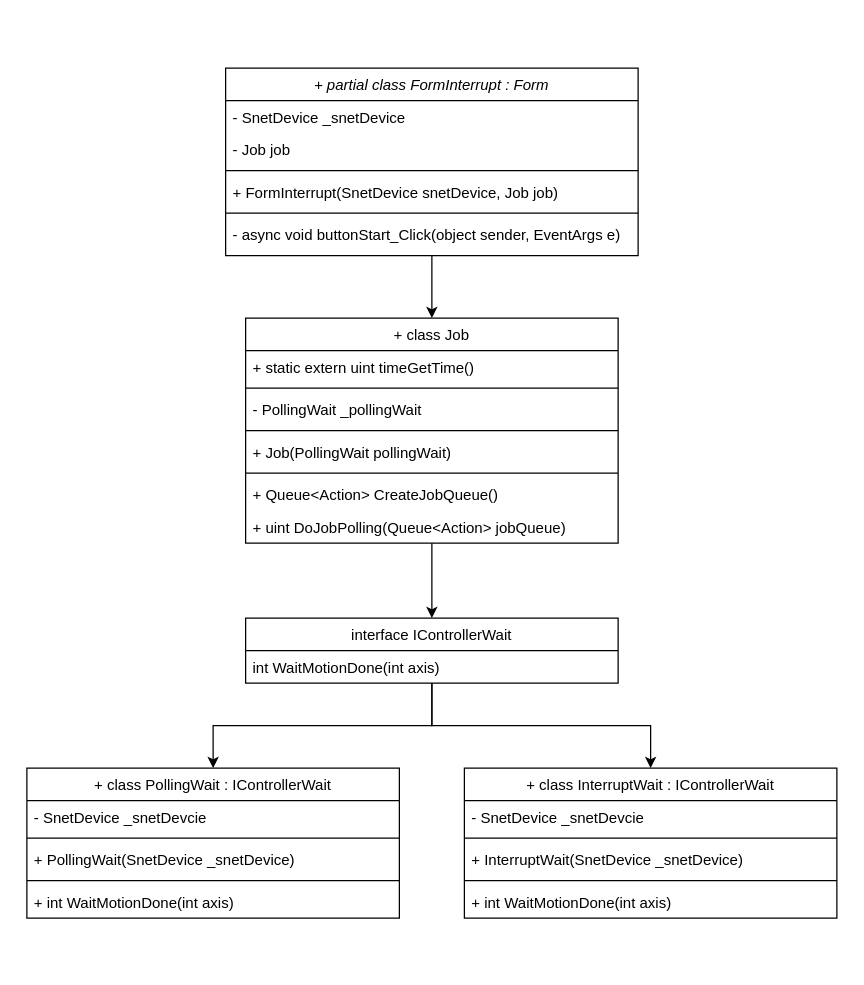
The draw.io diagram page "ClassDiagram" (1 of 2) of SnetTestProgram/SnetTestProgram/SnetTestProgram.drawio in tataki26/EMotionEx, before the edit. Source tidied: cells renumbered, new cells numbered last; positions are measured from the earlier drawing's top-left corner, leaving out a move shared by most shapes. Both pictures are drawn from the tidied source at 125%, with x=0, y=0 at pixel (26, 68).
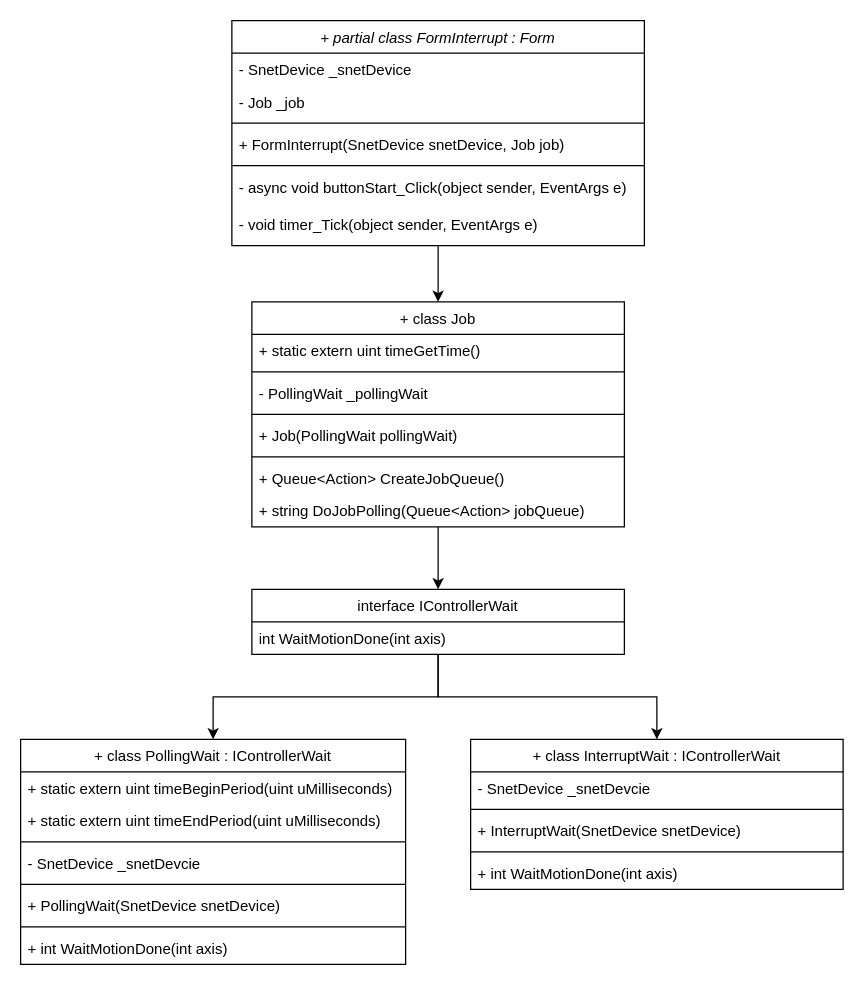
The same diagram, later.

What changed in the source:
```diff
@@
     <mxCell id="3" value="+ partial class FormInterrupt : Form" style="swimlane;fontStyle=2;align=center;verticalAlign=top;horizontal=1;startSize=26;rounded=0;shadow=0;strokeWidth=1;" parent="1" vertex="1">
-      <mxGeometry x="159" width="330" height="150" as="geometry" />
+      <mxGeometry x="164" y="-38" width="330" height="180" as="geometry" />
     </mxCell>
@@
-    <mxCell id="5" value="- Job job" style="text;align=left;verticalAlign=top;spacingLeft=4;spacingRight=4;overflow=hidden;rounded=0;shadow=0;html=0;" parent="3" vertex="1">
+    <mxCell id="5" value="- Job _job" style="text;align=left;verticalAlign=top;spacingLeft=4;spacingRight=4;overflow=hidden;rounded=0;shadow=0;html=0;" parent="3" vertex="1">
       <mxGeometry y="52" width="330" height="26" as="geometry" />
     </mxCell>
@@
+    <mxCell id="36" value="- void timer_Tick(object sender, EventArgs e)" style="text;align=left;verticalAlign=top;spacingLeft=4;spacingRight=4;overflow=hidden;" parent="3" vertex="1">
+      <mxGeometry y="150" width="330" height="30" as="geometry" />
+    </mxCell>
@@
     <mxCell id="11" value="+ class Job" style="swimlane;fontStyle=0;align=center;verticalAlign=top;horizontal=1;startSize=26;rounded=0;shadow=0;strokeWidth=1;" parent="1" vertex="1">
-      <mxGeometry x="175" y="200" width="298" height="180" as="geometry" />
+      <mxGeometry x="180" y="187" width="298" height="180" as="geometry" />
     </mxCell>
@@
-    <mxCell id="19" value="+ uint DoJobPolling(Queue&lt;Action&gt; jobQueue)" style="text;align=left;verticalAlign=top;spacingLeft=4;spacingRight=4;overflow=hidden;" parent="11" vertex="1">
+    <mxCell id="19" value="+ string DoJobPolling(Queue&lt;Action&gt; jobQueue)" style="text;align=left;verticalAlign=top;spacingLeft=4;spacingRight=4;overflow=hidden;" parent="11" vertex="1">
       <mxGeometry y="154" width="298" height="26" as="geometry" />
     </mxCell>
@@
     <mxCell id="22" value="interface IControllerWait" style="swimlane;fontStyle=0;align=center;verticalAlign=top;horizontal=1;startSize=26;rounded=0;shadow=0;strokeWidth=1;" parent="1" vertex="1">
-      <mxGeometry x="175" y="440" width="298" height="52" as="geometry" />
+      <mxGeometry x="180" y="417" width="298" height="52" as="geometry" />
     </mxCell>
@@
     <mxCell id="24" value="+ class PollingWait : IControllerWait" style="swimlane;fontStyle=0;align=center;verticalAlign=top;horizontal=1;startSize=26;rounded=0;shadow=0;strokeWidth=1;" parent="1" vertex="1">
-      <mxGeometry y="560" width="298" height="120" as="geometry" />
+      <mxGeometry x="-5" y="537" width="308" height="180" as="geometry" />
     </mxCell>
-    <mxCell id="25" value="- SnetDevice _snetDevcie" style="text;align=left;verticalAlign=top;spacingLeft=4;spacingRight=4;overflow=hidden;" parent="24" vertex="1">
-      <mxGeometry y="26" width="298" height="26" as="geometry" />
+    <mxCell id="25" value="+ static extern uint timeBeginPeriod(uint uMilliseconds)" style="text;align=left;verticalAlign=top;spacingLeft=4;spacingRight=4;overflow=hidden;" parent="24" vertex="1">
+      <mxGeometry y="26" width="308" height="26" as="geometry" />
     </mxCell>
+    <mxCell id="37" value="+ static extern uint timeEndPeriod(uint uMilliseconds)" style="text;align=left;verticalAlign=top;spacingLeft=4;spacingRight=4;overflow=hidden;" parent="24" vertex="1">
+      <mxGeometry y="52" width="308" height="26" as="geometry" />
+    </mxCell>
+    <mxCell id="38" style="line;html=1;strokeWidth=1;align=left;verticalAlign=middle;spacingTop=-1;spacingLeft=3;spacingRight=3;labelPosition=right;" parent="24" vertex="1">
+      <mxGeometry y="78" width="308" height="8" as="geometry" />
+    </mxCell>
+    <mxCell id="39" value="- SnetDevice _snetDevcie" style="text;align=left;verticalAlign=top;spacingLeft=4;spacingRight=4;overflow=hidden;" parent="24" vertex="1">
+      <mxGeometry y="86" width="308" height="26" as="geometry" />
+    </mxCell>
     <mxCell id="26" style="line;html=1;strokeWidth=1;align=left;verticalAlign=middle;spacingTop=-1;spacingLeft=3;spacingRight=3;labelPosition=right;" parent="24" vertex="1">
-      <mxGeometry y="52" width="298" height="8" as="geometry" />
+      <mxGeometry y="112" width="308" height="8" as="geometry" />
     </mxCell>
-    <mxCell id="27" value="+ PollingWait(SnetDevice _snetDevice)" style="text;align=left;verticalAlign=top;spacingLeft=4;spacingRight=4;overflow=hidden;rounded=0;shadow=0;html=0;" parent="24" vertex="1">
-      <mxGeometry y="60" width="298" height="26" as="geometry" />
+    <mxCell id="27" value="+ PollingWait(SnetDevice snetDevice)" style="text;align=left;verticalAlign=top;spacingLeft=4;spacingRight=4;overflow=hidden;rounded=0;shadow=0;html=0;" parent="24" vertex="1">
+      <mxGeometry y="120" width="308" height="26" as="geometry" />
     </mxCell>
     <mxCell id="28" style="line;html=1;strokeWidth=1;align=left;verticalAlign=middle;spacingTop=-1;spacingLeft=3;spacingRight=3;labelPosition=right;" parent="24" vertex="1">
-      <mxGeometry y="86" width="298" height="8" as="geometry" />
+      <mxGeometry y="146" width="308" height="8" as="geometry" />
     </mxCell>
     <mxCell id="29" value="+ int WaitMotionDone(int axis)" style="text;align=left;verticalAlign=top;spacingLeft=4;spacingRight=4;overflow=hidden;rounded=0;shadow=0;html=0;" parent="24" vertex="1">
-      <mxGeometry y="94" width="298" height="26" as="geometry" />
+      <mxGeometry y="154" width="308" height="26" as="geometry" />
     </mxCell>
     <mxCell id="30" value="+ class InterruptWait : IControllerWait" style="swimlane;fontStyle=0;align=center;verticalAlign=top;horizontal=1;startSize=26;rounded=0;shadow=0;strokeWidth=1;" parent="1" vertex="1">
-      <mxGeometry x="350" y="560" width="298" height="120" as="geometry" />
+      <mxGeometry x="355" y="537" width="298" height="120" as="geometry" />
     </mxCell>
@@
-    <mxCell id="33" value="+ InterruptWait(SnetDevice _snetDevice)" style="text;align=left;verticalAlign=top;spacingLeft=4;spacingRight=4;overflow=hidden;rounded=0;shadow=0;html=0;" parent="30" vertex="1">
+    <mxCell id="33" value="+ InterruptWait(SnetDevice snetDevice)" style="text;align=left;verticalAlign=top;spacingLeft=4;spacingRight=4;overflow=hidden;rounded=0;shadow=0;html=0;" parent="30" vertex="1">
       <mxGeometry y="60" width="298" height="26" as="geometry" />
     </mxCell>
```
